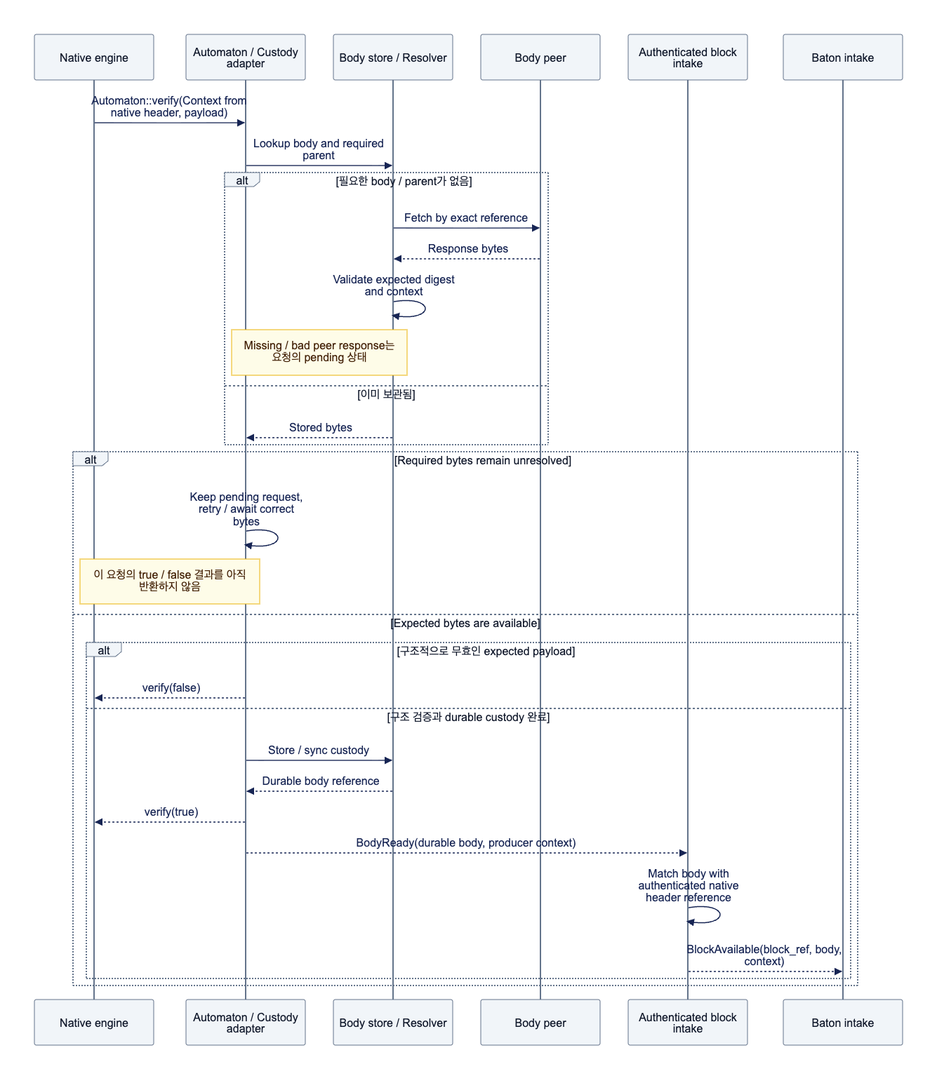
This is assets/diagrams/diagram-05.png from djm07073/baton-research, a Mermaid export, as it was before one commit. Its source is kept beside it as assets/diagrams/diagram-05.mmd. Source of this version:
```mermaid
sequenceDiagram
    participant N as Native engine
    participant A as Automaton / Custody adapter
    participant S as Body store / Resolver
    participant P as Body peer
    participant I as Authenticated block intake
    participant B as Baton intake
    N->>A: Automaton::verify(Context from native header, payload)
    A->>S: Lookup body and required parent
    alt 필요한 body / parent가 없음
        S->>P: Fetch by exact reference
        P-->>S: Response bytes
        S->>S: Validate expected digest and context
        Note over A,S: Missing / bad peer response는 요청의 pending 상태
    else 이미 보관됨
        S-->>A: Stored bytes
    end
    alt Required bytes remain unresolved
        A->>A: Keep pending request, retry / await correct bytes
        Note over N,A: 이 요청의 true / false 결과를 아직 반환하지 않음
    else Expected bytes are available
        alt 구조적으로 무효인 expected payload
            A-->>N: verify(false)
        else 구조 검증과 durable custody 완료
            A->>S: Store / sync custody
            S-->>A: Durable body reference
            A-->>N: verify(true)
            A-->>I: BodyReady(durable body, producer context)
            I->>I: Match body with authenticated native header reference
            I-->>B: BlockAvailable(block_ref, body, context)
        end
    end
```
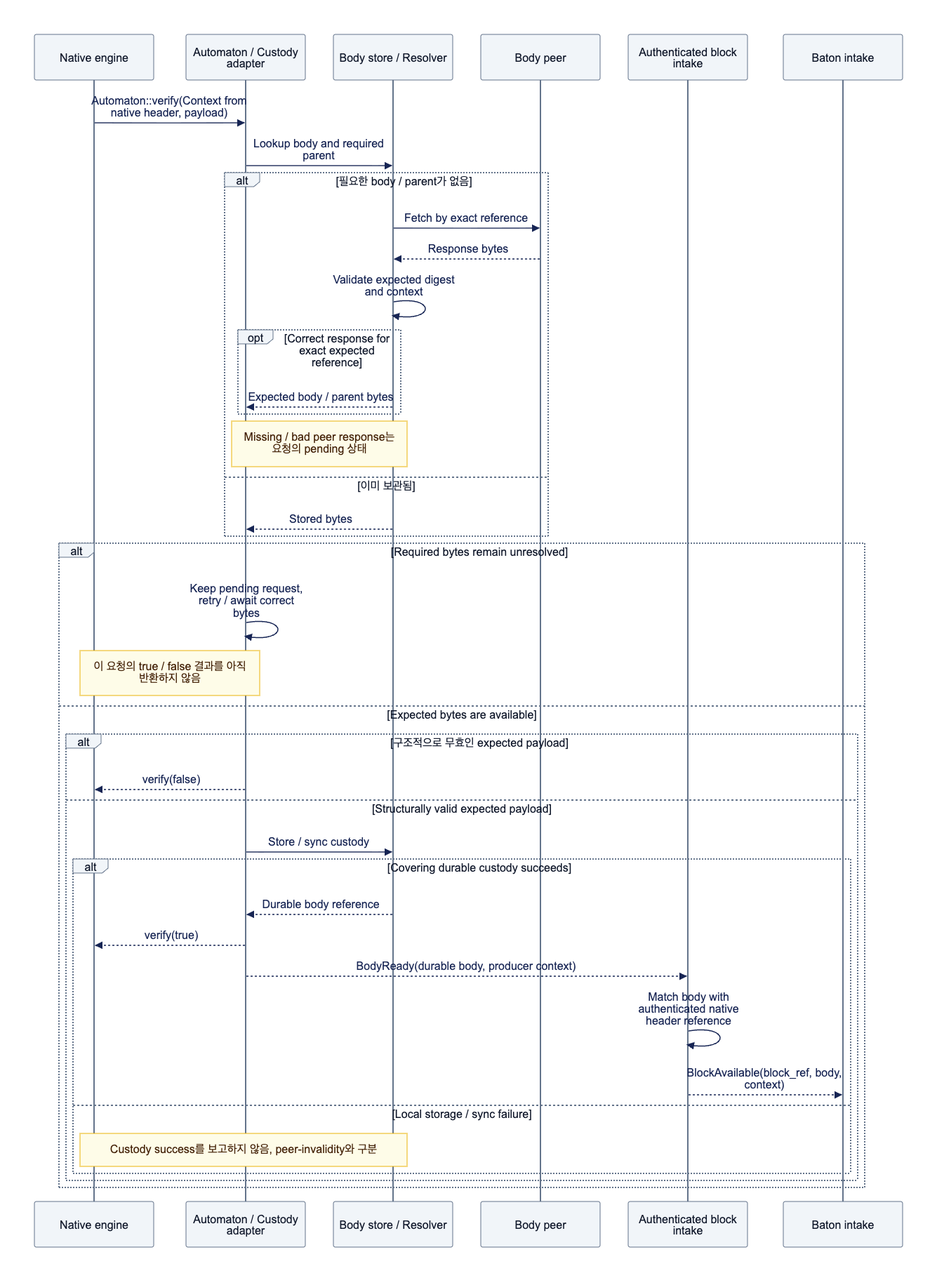
After the change.

The edit, as a diff of the source:
```diff
@@ -11,6 +11,9 @@
         S->>P: Fetch by exact reference
         P-->>S: Response bytes
         S->>S: Validate expected digest and context
+        opt Correct response for exact expected reference
+            S-->>A: Expected body / parent bytes
+        end
         Note over A,S: Missing / bad peer response는 요청의 pending 상태
     else 이미 보관됨
         S-->>A: Stored bytes
@@ -21,12 +24,16 @@
     else Expected bytes are available
         alt 구조적으로 무효인 expected payload
             A-->>N: verify(false)
-        else 구조 검증과 durable custody 완료
+        else Structurally valid expected payload
             A->>S: Store / sync custody
-            S-->>A: Durable body reference
-            A-->>N: verify(true)
-            A-->>I: BodyReady(durable body, producer context)
-            I->>I: Match body with authenticated native header reference
-            I-->>B: BlockAvailable(block_ref, body, context)
+            alt Covering durable custody succeeds
+                S-->>A: Durable body reference
+                A-->>N: verify(true)
+                A-->>I: BodyReady(durable body, producer context)
+                I->>I: Match body with authenticated native header reference
+                I-->>B: BlockAvailable(block_ref, body, context)
+            else Local storage / sync failure
+                Note over N,S: Custody success를 보고하지 않음, peer-invalidity와 구분
+            end
         end
     end
```
